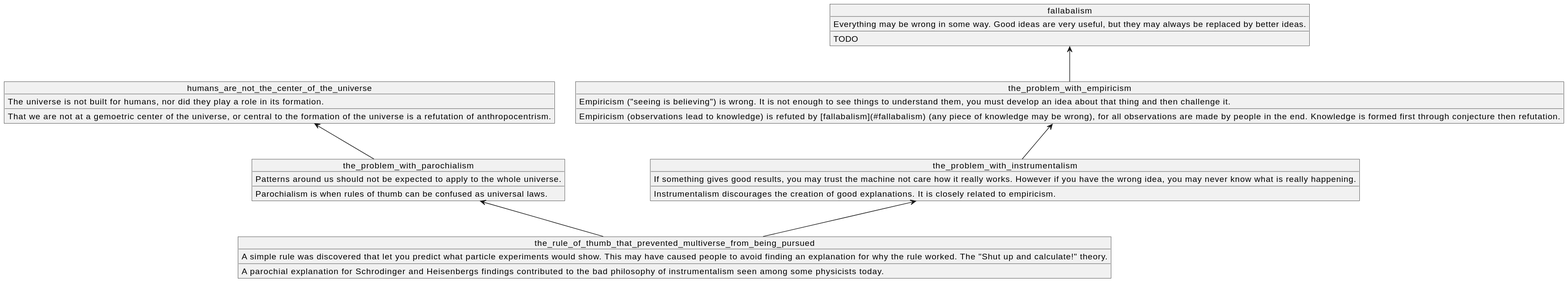
The PlantUML diagram docs/assets/images_quick_boi/bolq_diagram_the_rule_of_thumb_that_prevented_multiverse_from_being_pursued/bolq_diagram_the_rule_of_thumb_that_prevented_multiverse_from_being_pursued.svg in ceramic-sf/ceramic-sf.github.io, before a commit.
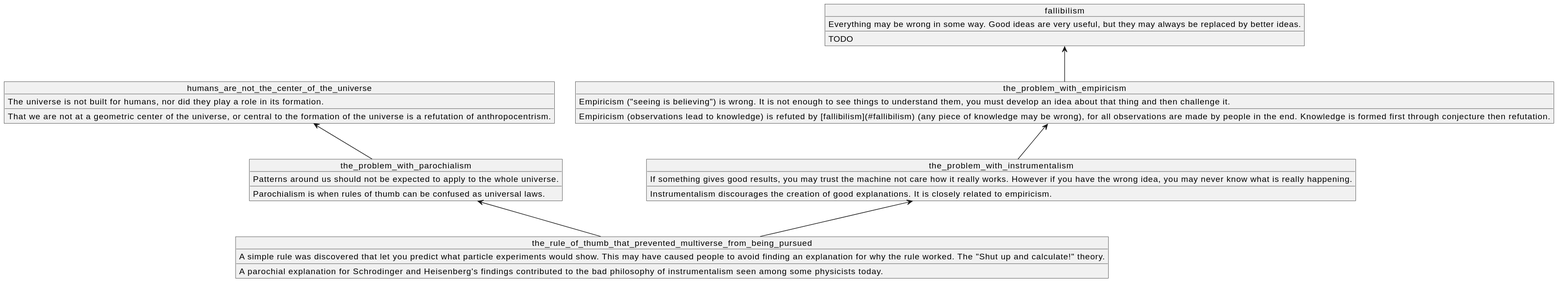
Later version of the same file.

The edit, as a diff of the source:
```diff
@@ -3,7 +3,7 @@
 object the_rule_of_thumb_that_prevented_multiverse_from_being_pursued {
 A simple rule was discovered that let you predict what particle experiments would show. This may have caused people to avoid finding an explanation for why the rule worked. The "Shut up and calculate!" theory.
 ____
-A parochial explanation for Schrodinger and Heisenbergs findings contributed to the bad philosophy of instrumentalism seen among some physicists today.
+A parochial explanation for Schrodinger and Heisenberg's findings contributed to the bad philosophy of instrumentalism seen among some physicists today.
 }
 the_problem_with_parochialism <-- the_rule_of_thumb_that_prevented_multiverse_from_being_pursued
 the_problem_with_instrumentalism <-- the_rule_of_thumb_that_prevented_multiverse_from_being_pursued
@@ -25,17 +25,17 @@
 object humans_are_not_the_center_of_the_universe {
 The universe is not built for humans, nor did they play a role in its formation.
 ____
-That we are not at a gemoetric center of the universe, or central to the formation of the universe is a refutation of anthropocentrism.
+That we are not at a geometric center of the universe, or central to the formation of the universe is a refutation of anthropocentrism.
 }
 
 object the_problem_with_empiricism {
 Empiricism ("seeing is believing") is wrong. It is not enough to see things to understand them, you must develop an idea about that thing and then challenge it.
 ____
-Empiricism (observations lead to knowledge) is refuted by [fallabalism](#fallabalism) (any piece of knowledge may be wrong), for all observations are made by people in the end. Knowledge is formed first through conjecture then refutation.
+Empiricism (observations lead to knowledge) is refuted by [fallibilism](#fallibilism) (any piece of knowledge may be wrong), for all observations are made by people in the end. Knowledge is formed first through conjecture then refutation.
 }
-fallabalism <-- the_problem_with_empiricism
+fallibilism <-- the_problem_with_empiricism
 
-object fallabalism {
+object fallibilism {
 Everything may be wrong in some way. Good ideas are very useful, but they may always be replaced by better ideas.
 ____
 TODO
```
